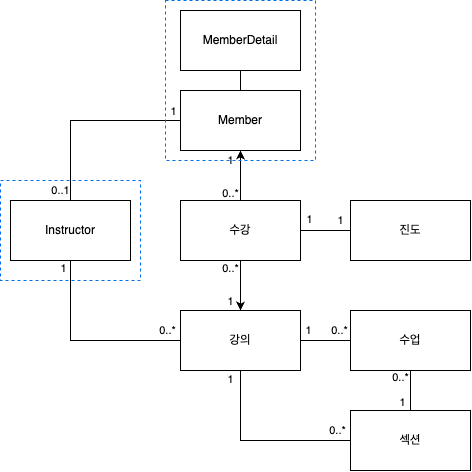
Above: 다이어그램.png in MoonDongmin/toby-ddd2 (draw.io), before the change. Source tidied: cells renumbered, new cells last; positions are measured from the earlier drawing's top-left corner, leaving out a move shared by most shapes.
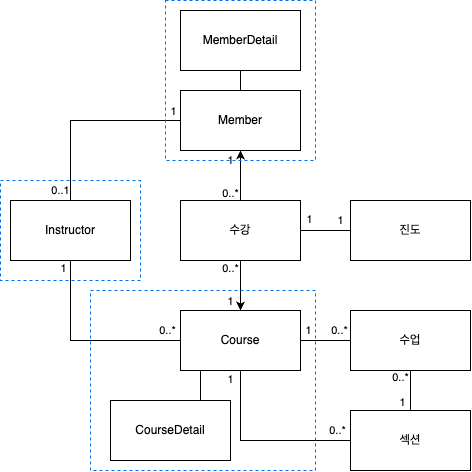
Later version of the same file.

Commit message:
강의 도메인 설계

Change to the diagram source:
```diff
@@ -11,7 +11,7 @@
     <mxCell id="4" value="Instructor" style="rounded=0;whiteSpace=wrap;html=1;" parent="1" vertex="1">
       <mxGeometry x="10" y="200" width="120" height="60" as="geometry" />
     </mxCell>
-    <mxCell id="5" value="강의" style="rounded=0;whiteSpace=wrap;html=1;" parent="1" vertex="1">
+    <mxCell id="5" value="Course" style="rounded=0;whiteSpace=wrap;html=1;" parent="1" vertex="1">
       <mxGeometry x="180" y="310" width="120" height="60" as="geometry" />
     </mxCell>
     <mxCell id="6" style="edgeStyle=orthogonalEdgeStyle;rounded=0;jettySize=auto;html=1;exitX=0.5;exitY=0;exitDx=0;exitDy=0;entryX=0.5;entryY=1;entryDx=0;entryDy=0;" parent="1" edge="1" source="12" target="3">
@@ -149,5 +149,16 @@
     <mxCell id="35" style="rounded=0;whiteSpace=wrap;html=1;fillColor=none;strokeColor=#006EEB;dashed=1;" parent="1" vertex="1">
       <mxGeometry y="180" width="140" height="100" as="geometry" />
     </mxCell>
+    <mxCell id="36" style="rounded=0;whiteSpace=wrap;html=1;fillColor=none;strokeColor=#006EEB;dashed=1;" parent="1" vertex="1">
+      <mxGeometry x="90" y="290" width="225" height="180" as="geometry" />
+    </mxCell>
+    <mxCell id="37" value="CourseDetail" style="rounded=0;whiteSpace=wrap;html=1;" parent="1" vertex="1">
+      <mxGeometry x="110" y="400" width="120" height="60" as="geometry" />
+    </mxCell>
+    <mxCell id="38" style="endArrow=none;html=1;rounded=0;exitX=0.75;exitY=0;exitDx=0;exitDy=0;" parent="1" edge="1" source="37">
+      <mxGeometry relative="1" as="geometry">
+        <mxPoint x="200" y="370" as="targetPoint" />
+      </mxGeometry>
+    </mxCell>
   </root>
 </mxGraphModel>
```
